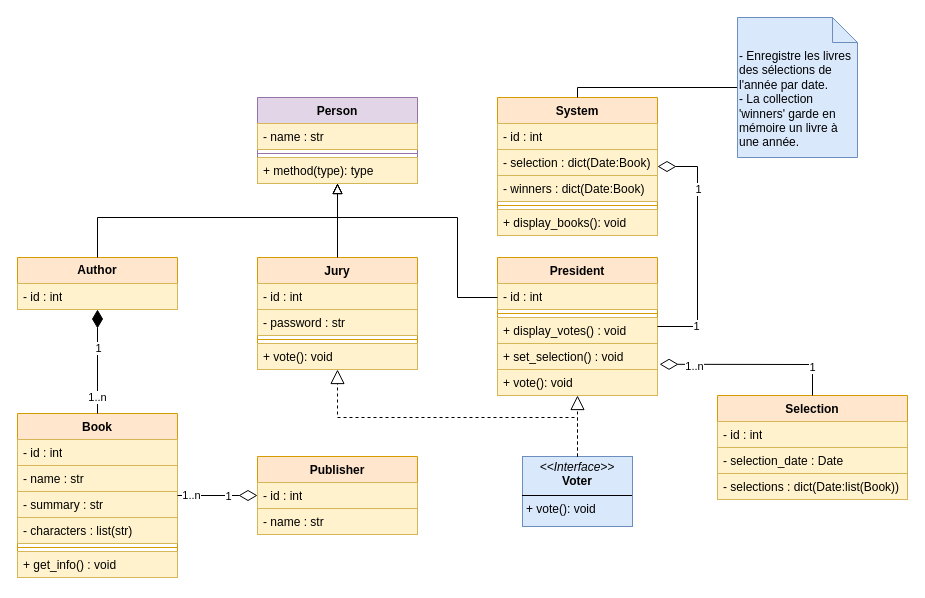
Above: page "Class" (1 of 2) of doc/uml/goncourt.drawio in KMorere/eval-python-goncourt (draw.io), before the change. Source tidied: cells renumbered, new cells numbered last; positions are measured from the earlier drawing's top-left corner, leaving out a move shared by most shapes. Both pictures are drawn from the tidied source at 100%, with x=0, y=0 at pixel (17, 17).
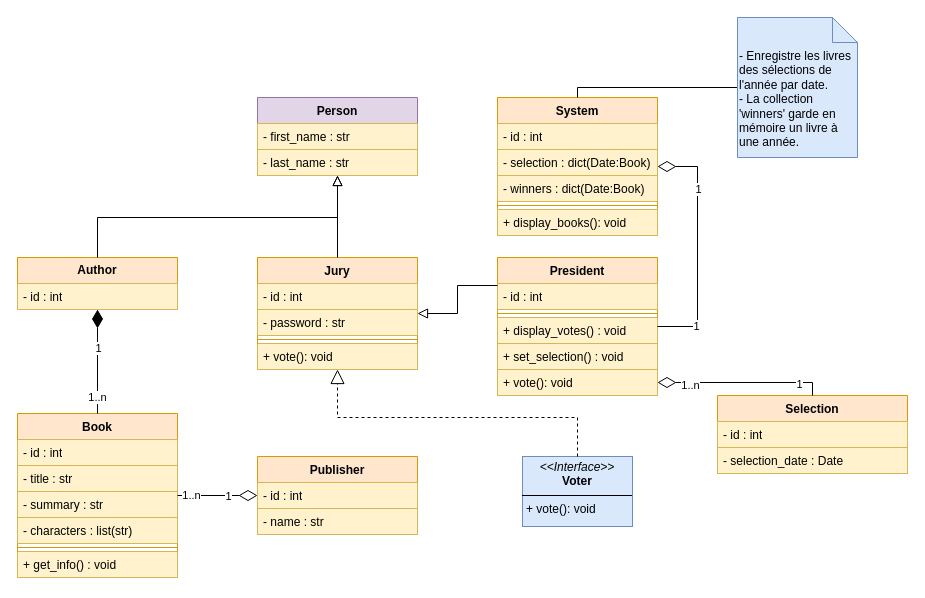
Above is the later version.

Unchanged cells that the change refers to:
```xml
<mxCell id="2" value="Book" style="swimlane;fontStyle=1;align=center;verticalAlign=top;horizontal=1;startSize=26;whiteSpace=wrap;html=1;fillColor=#ffe6cc;strokeColor=#d79b00;" parent="1" vertex="1">
  <mxGeometry y="396" width="160" height="164" as="geometry" />
</mxCell>
<mxCell id="15" value="Jury" style="swimlane;fontStyle=1;align=center;verticalAlign=top;horizontal=1;startSize=26;whiteSpace=wrap;html=1;fillColor=#ffe6cc;strokeColor=#d79b00;" parent="1" vertex="1">
  <mxGeometry x="240" y="240" width="160" height="112" as="geometry" />
</mxCell>
<mxCell id="31" value="President" style="swimlane;fontStyle=1;align=center;verticalAlign=top;horizontal=1;startSize=26;whiteSpace=wrap;html=1;fillColor=#ffe6cc;strokeColor=#d79b00;" parent="1" vertex="1">
  <mxGeometry x="480" y="240" width="160" height="138" as="geometry" />
</mxCell>
<mxCell id="32" value="- id : int" style="text;strokeColor=#d6b656;fillColor=#fff2cc;align=left;verticalAlign=top;spacingLeft=4;spacingRight=4;overflow=hidden;points=[[0,0.5],[1,0.5]];portConstraint=eastwest;whiteSpace=wrap;html=1;" parent="31" vertex="1">
  <mxGeometry y="26" width="160" height="26" as="geometry" />
</mxCell>
<mxCell id="35" value="+ set_selection() : void" style="text;strokeColor=#d6b656;fillColor=#fff2cc;align=left;verticalAlign=top;spacingLeft=4;spacingRight=4;overflow=hidden;points=[[0,0.5],[1,0.5]];portConstraint=eastwest;whiteSpace=wrap;html=1;" parent="31" vertex="1">
  <mxGeometry y="86" width="160" height="26" as="geometry" />
</mxCell>
<mxCell id="36" value="+ vote(): void" style="text;strokeColor=#d6b656;fillColor=#fff2cc;align=left;verticalAlign=top;spacingLeft=4;spacingRight=4;overflow=hidden;points=[[0,0.5],[1,0.5]];portConstraint=eastwest;whiteSpace=wrap;html=1;" parent="31" vertex="1">
  <mxGeometry y="112" width="160" height="26" as="geometry" />
</mxCell>
<mxCell id="38" value="&lt;p style=&quot;margin:0px;margin-top:4px;text-align:center;&quot;&gt;&lt;i&gt;&amp;lt;&amp;lt;Interface&amp;gt;&amp;gt;&lt;/i&gt;&lt;br&gt;&lt;b&gt;Voter&lt;/b&gt;&lt;/p&gt;&lt;hr size=&quot;1&quot; style=&quot;border-style:solid;&quot;&gt;&lt;p style=&quot;margin:0px;margin-left:4px;&quot;&gt;+ vote(): void&lt;br&gt;&lt;/p&gt;" style="verticalAlign=top;align=left;overflow=fill;html=1;whiteSpace=wrap;fillColor=#dae8fc;strokeColor=#6c8ebf;" parent="1" vertex="1">
  <mxGeometry x="505" y="439" width="110" height="70" as="geometry" />
</mxCell>
```

Diff of the diagram source:
```diff
@@
-    <mxCell id="4" value="- name : str" style="text;strokeColor=#d6b656;fillColor=#fff2cc;align=left;verticalAlign=top;spacingLeft=4;spacingRight=4;overflow=hidden;whiteSpace=wrap;html=1;" parent="2" vertex="1">
+    <mxCell id="4" value="- title : str" style="text;strokeColor=#d6b656;fillColor=#fff2cc;align=left;verticalAlign=top;spacingLeft=4;spacingRight=4;overflow=hidden;whiteSpace=wrap;html=1;" parent="2" vertex="1">
       <mxGeometry y="52" width="160" height="26" as="geometry" />
     </mxCell>
@@
     <mxCell id="9" value="Person" style="swimlane;fontStyle=1;align=center;verticalAlign=top;horizontal=1;startSize=26;whiteSpace=wrap;html=1;fillColor=#e1d5e7;strokeColor=#9673a6;" parent="1" vertex="1">
-      <mxGeometry x="240" y="80" width="160" height="86" as="geometry" />
+      <mxGeometry x="240" y="80" width="160" height="78" as="geometry" />
     </mxCell>
-    <mxCell id="10" value="- name : str" style="text;strokeColor=#d6b656;fillColor=#fff2cc;align=left;verticalAlign=top;spacingLeft=4;spacingRight=4;overflow=hidden;whiteSpace=wrap;html=1;" parent="9" vertex="1">
+    <mxCell id="10" value="- first_name : str" style="text;strokeColor=#d6b656;fillColor=#fff2cc;align=left;verticalAlign=top;spacingLeft=4;spacingRight=4;overflow=hidden;whiteSpace=wrap;html=1;" parent="9" vertex="1">
       <mxGeometry y="26" width="160" height="26" as="geometry" />
     </mxCell>
-    <mxCell id="11" style="line;strokeWidth=1;fillColor=none;align=left;verticalAlign=middle;spacingTop=-1;spacingLeft=3;spacingRight=3;labelPosition=right;strokeColor=inherit;" parent="9" vertex="1">
-      <mxGeometry y="52" width="160" height="8" as="geometry" />
-    </mxCell>
-    <mxCell id="12" value="+ method(type): type" style="text;strokeColor=#d6b656;fillColor=#fff2cc;align=left;verticalAlign=top;spacingLeft=4;spacingRight=4;overflow=hidden;whiteSpace=wrap;html=1;" parent="9" vertex="1">
-      <mxGeometry y="60" width="160" height="26" as="geometry" />
-    </mxCell>
+    <mxCell id="59" value="- last_name : str" style="text;strokeColor=#d6b656;fillColor=#fff2cc;align=left;verticalAlign=top;spacingLeft=4;spacingRight=4;overflow=hidden;whiteSpace=wrap;html=1;" parent="9" vertex="1">
+      <mxGeometry y="52" width="160" height="26" as="geometry" />
+    </mxCell>
@@
-    <mxCell id="37" style="endArrow=block;endSize=8;endFill=0;html=1;rounded=0;" parent="1" edge="1" target="9">
+    <mxCell id="37" style="endArrow=block;endSize=8;endFill=0;html=1;rounded=0;exitX=0;exitY=0.077;exitDx=0;exitDy=0;exitPerimeter=0;" parent="1" edge="1" source="32" target="15">
       <mxGeometry relative="1" as="geometry">
-        <mxPoint x="480" y="280" as="sourcePoint" />
         <Array as="points">
-          <mxPoint x="440" y="280" />
-          <mxPoint x="440" y="200" />
-          <mxPoint x="320" y="200" />
+          <mxPoint x="440" y="268" />
+          <mxPoint x="440" y="296" />
         </Array>
       </mxGeometry>
     </mxCell>
@@
-    <mxCell id="39" style="endArrow=block;dashed=1;endFill=0;endSize=12;html=1;rounded=0;exitX=0.5;exitY=0;exitDx=0;exitDy=0;" parent="1" edge="1" source="38" target="31">
-      <mxGeometry relative="1" as="geometry">
-        <Array as="points">
-          <mxPoint x="560" y="400" />
-        </Array>
-      </mxGeometry>
-    </mxCell>
@@
     <mxCell id="52" value="Selection" style="swimlane;fontStyle=1;align=center;verticalAlign=top;horizontal=1;startSize=26;whiteSpace=wrap;html=1;fillColor=#ffe6cc;strokeColor=#d79b00;" parent="1" vertex="1">
-      <mxGeometry x="700" y="378" width="190" height="104" as="geometry" />
+      <mxGeometry x="700" y="378" width="190" height="78" as="geometry" />
     </mxCell>
@@
-    <mxCell id="55" value="- selections : dict(Date:list(Book))" style="text;strokeColor=#d6b656;fillColor=#fff2cc;align=left;verticalAlign=top;spacingLeft=4;spacingRight=4;overflow=hidden;whiteSpace=wrap;html=1;" parent="52" vertex="1">
-      <mxGeometry y="78" width="190" height="26" as="geometry" />
-    </mxCell>
-    <mxCell id="56" style="endArrow=diamondThin;endFill=0;endSize=16;html=1;rounded=0;entryX=1.013;entryY=0.8;entryDx=0;entryDy=0;entryPerimeter=0;exitX=0.5;exitY=0;exitDx=0;exitDy=0;" parent="1" edge="1" source="52" target="35">
+    <mxCell id="56" style="endArrow=diamondThin;endFill=0;endSize=16;html=1;rounded=0;entryX=1;entryY=0.5;entryDx=0;entryDy=0;exitX=0.5;exitY=0;exitDx=0;exitDy=0;" parent="1" edge="1" source="52" target="36">
       <mxGeometry relative="1" as="geometry">
         <Array as="points">
-          <mxPoint x="795" y="347" />
+          <mxPoint x="795" y="365" />
         </Array>
       </mxGeometry>
     </mxCell>
```
